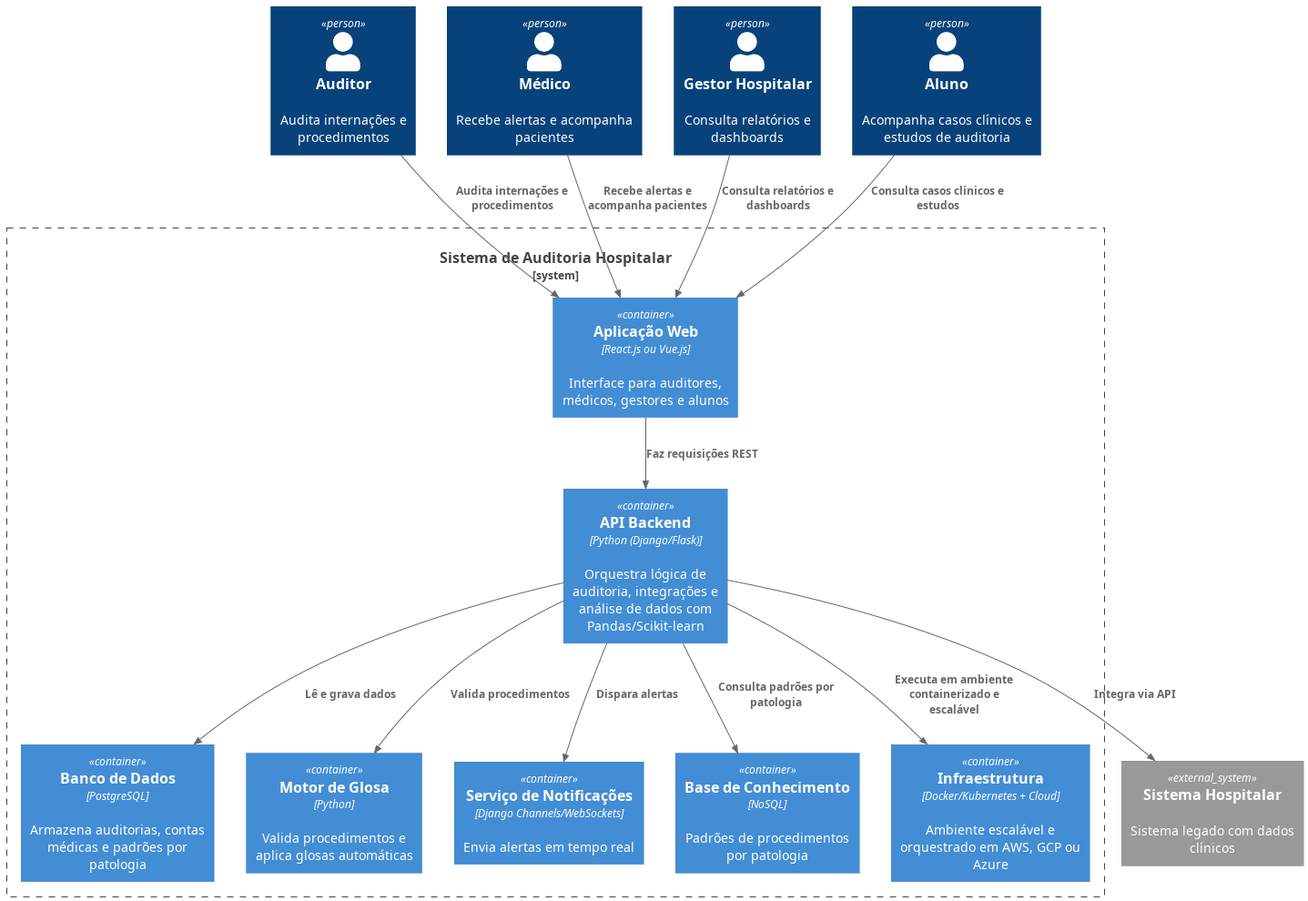
This is documentação/diagramas/2.diagrama_container.png from LeonardoCFilho/ds2025-Suporte-a-realizacao-de-auditoria-hospitalar, a PlantUML export, as it was before one commit.
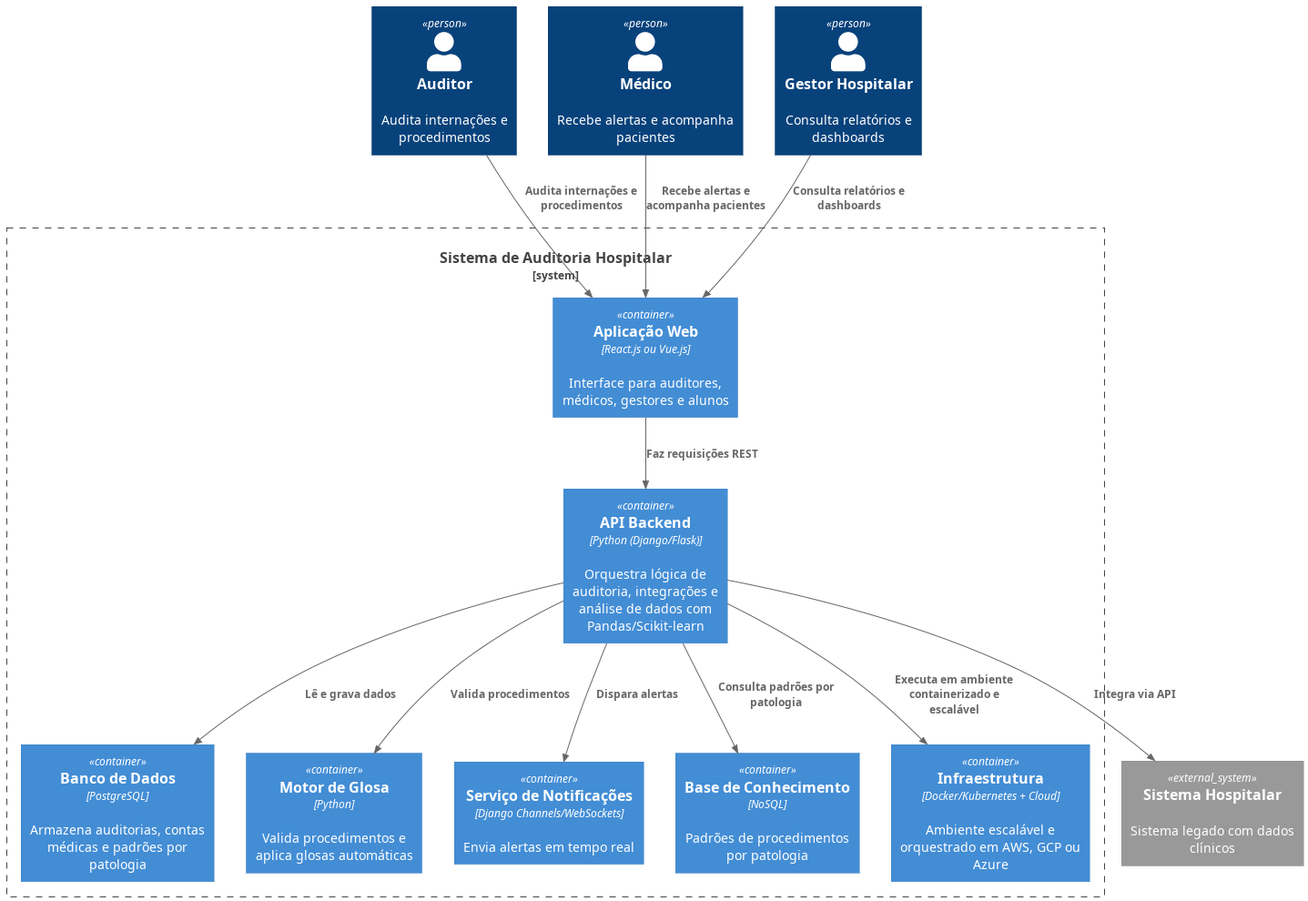
The same file after the commit.

Commit message:
Inserção de cargos para cada membro e correção do diagrama de container

What changed in the source:
```diff
@@ -4,7 +4,6 @@
 Person(auditor, "Auditor", "Audita internações e procedimentos")
 Person(medico, "Médico", "Recebe alertas e acompanha pacientes")
 Person(gestor, "Gestor Hospitalar", "Consulta relatórios e dashboards")
-Person(aluno, "Aluno", "Acompanha casos clínicos e estudos de auditoria")
 
 System_Boundary(sistema, "Sistema de Auditoria Hospitalar") {
   Container(webApp, "Aplicação Web", "React.js ou Vue.js", "Interface para auditores, médicos, gestores e alunos")
@@ -21,7 +20,6 @@
 Rel(auditor, webApp, "Audita internações e procedimentos")
 Rel(medico, webApp, "Recebe alertas e acompanha pacientes")
 Rel(gestor, webApp, "Consulta relatórios e dashboards")
-Rel(aluno, webApp, "Consulta casos clínicos e estudos")
 
 Rel(webApp, apiBackend, "Faz requisições REST")
 Rel(apiBackend, db, "Lê e grava dados")
```
